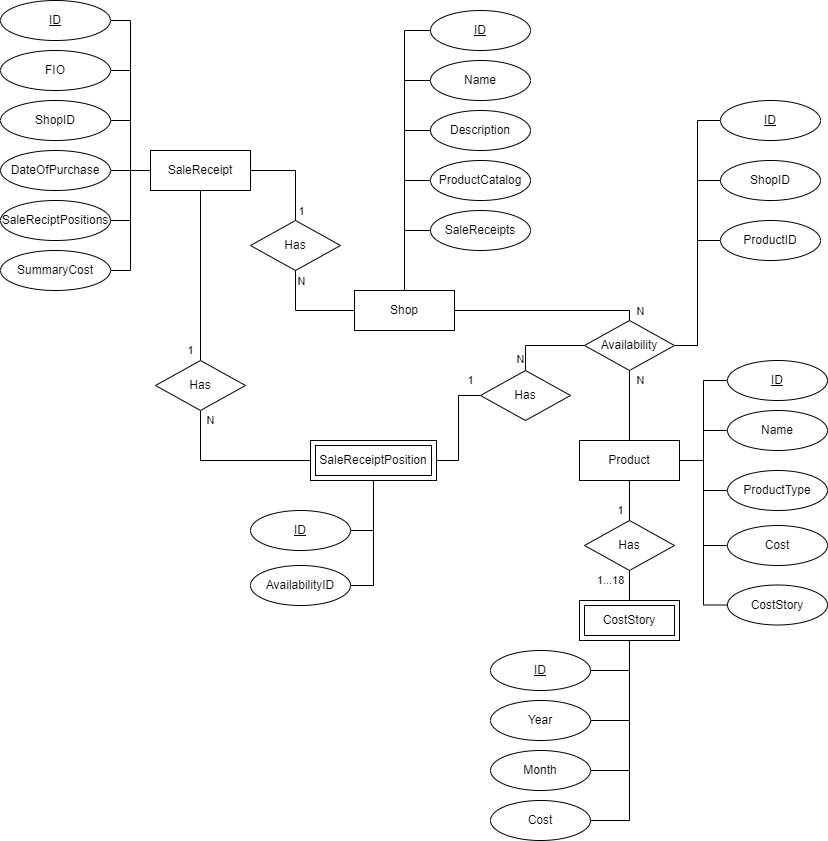
This is docs/imgs/ER.drawio.png from Yokud/DBCourseWork, a draw.io export, as it was before one commit. Source tidied: cells renumbered, new cells last; positions are measured from the earlier drawing's top-left corner, leaving out a move shared by most shapes.
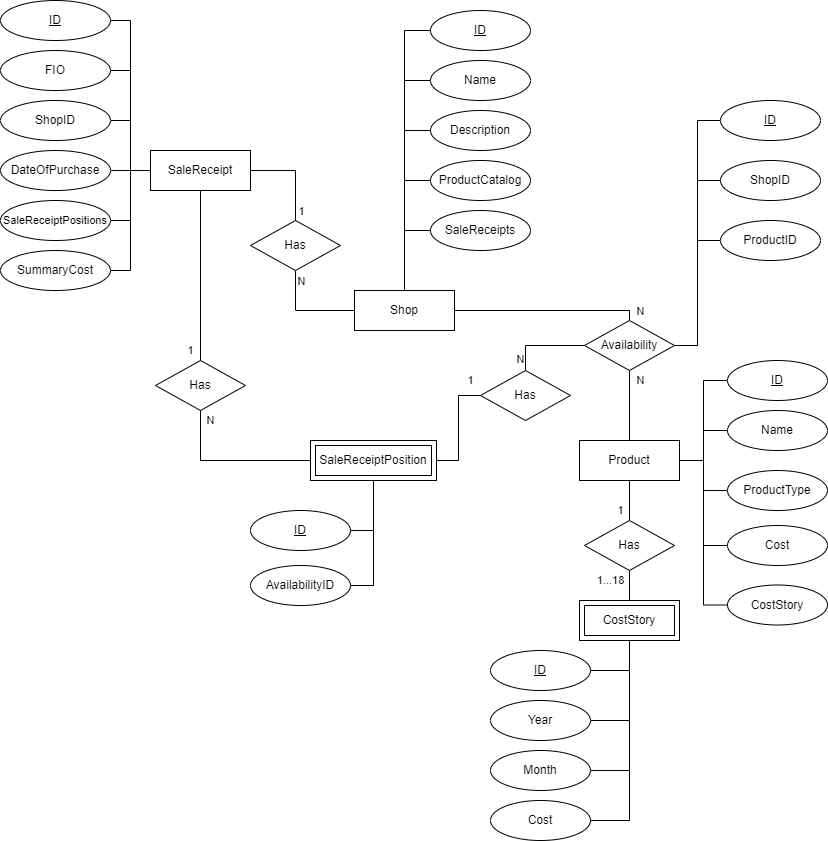
After the change.

Diff of the diagram source:
```diff
@@ -89,7 +89,7 @@
     <mxCell id="28" style="edgeStyle=orthogonalEdgeStyle;rounded=0;jettySize=auto;html=1;exitX=1;exitY=0.5;exitDx=0;exitDy=0;entryX=0;entryY=0.5;entryDx=0;entryDy=0;endArrow=none;endFill=0;" parent="1" edge="1" source="29" target="5">
       <mxGeometry relative="1" as="geometry" />
     </mxCell>
-    <mxCell id="29" value="SaleReciptPositions" style="ellipse;whiteSpace=wrap;html=1;align=center;" parent="1" vertex="1">
+    <mxCell id="29" value="&lt;font style=&quot;font-size: 11px&quot;&gt;SaleReceiptPositions&lt;/font&gt;" style="ellipse;whiteSpace=wrap;html=1;align=center;" parent="1" vertex="1">
       <mxGeometry y="200" width="110" height="40" as="geometry" />
     </mxCell>
     <mxCell id="30" style="edgeStyle=orthogonalEdgeStyle;rounded=0;jettySize=auto;html=1;exitX=1;exitY=0.5;exitDx=0;exitDy=0;entryX=0;entryY=0.5;entryDx=0;entryDy=0;endArrow=none;endFill=0;" parent="1" edge="1" source="31" target="5">
```
